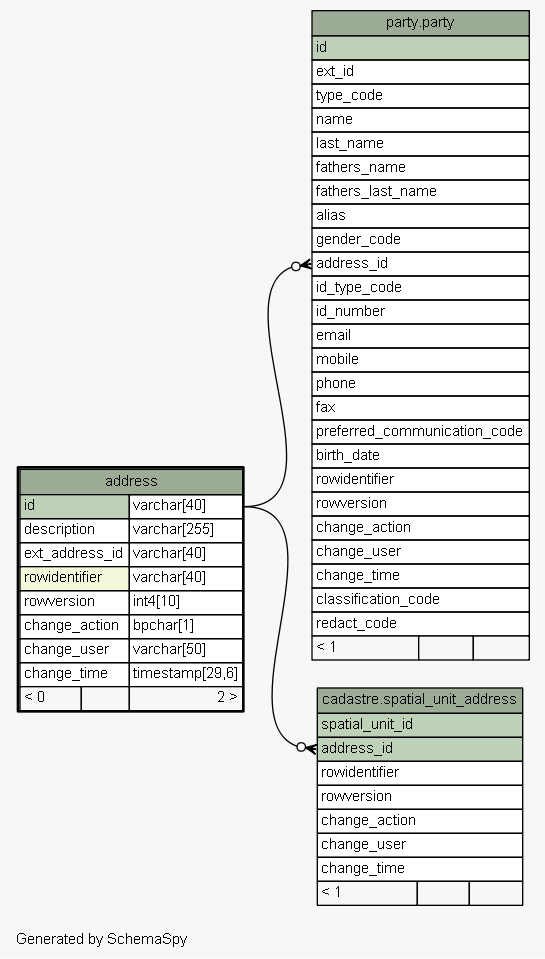
The Graphviz diagram doc/address/diagrams/address.1degree.png in SOLA-SR-FAO/database, before a commit. Its source is kept beside it as doc/address/diagrams/address.1degree.dot.
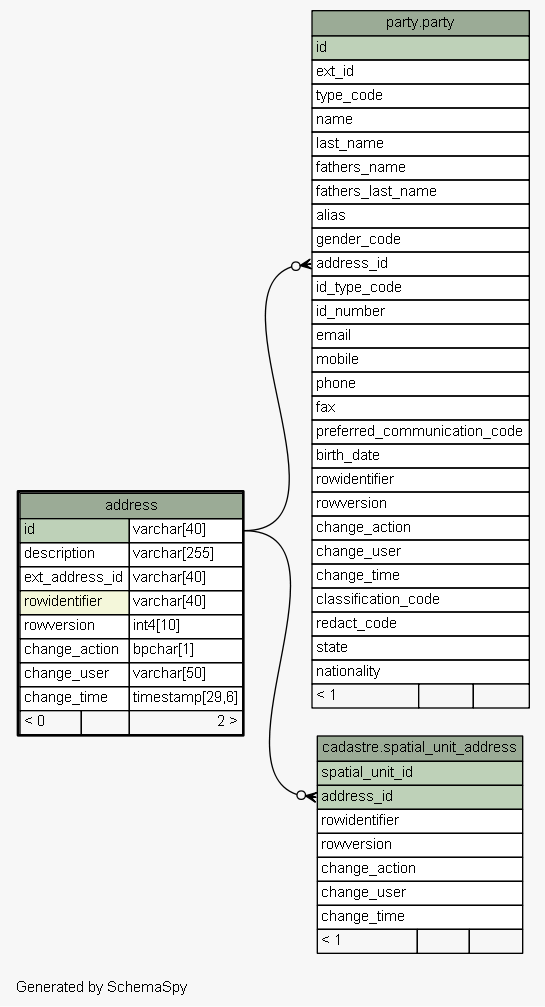
After the change.

Change to the diagram source:
```diff
@@ -65,6 +65,8 @@
       <TR><TD PORT="change_time" COLSPAN="3" ALIGN="LEFT">change_time</TD></TR>
       <TR><TD PORT="classification_code" COLSPAN="3" ALIGN="LEFT">classification_code</TD></TR>
       <TR><TD PORT="redact_code" COLSPAN="3" ALIGN="LEFT">redact_code</TD></TR>
+      <TR><TD PORT="state" COLSPAN="3" ALIGN="LEFT">state</TD></TR>
+      <TR><TD PORT="nationality" COLSPAN="3" ALIGN="LEFT">nationality</TD></TR>
       <TR><TD ALIGN="LEFT" BGCOLOR="#f7f7f7">&lt; 1</TD><TD ALIGN="RIGHT" BGCOLOR="#f7f7f7">  </TD><TD ALIGN="RIGHT" BGCOLOR="#f7f7f7">  </TD></TR>
     </TABLE>>
     URL="../../party/tables/party.html"
```
